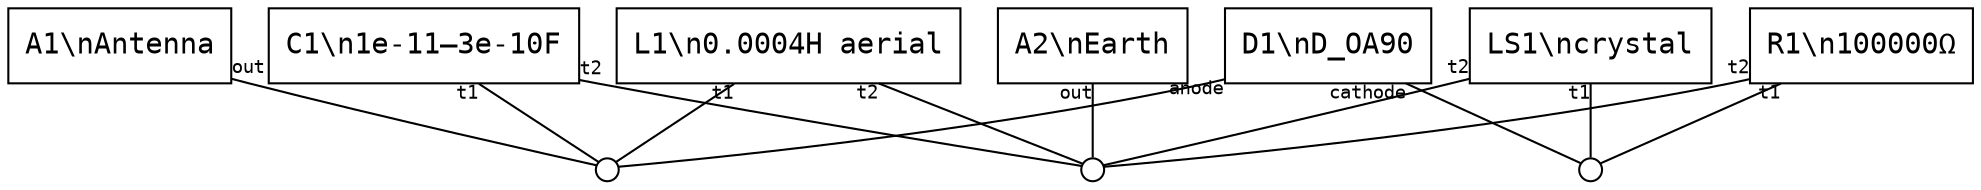
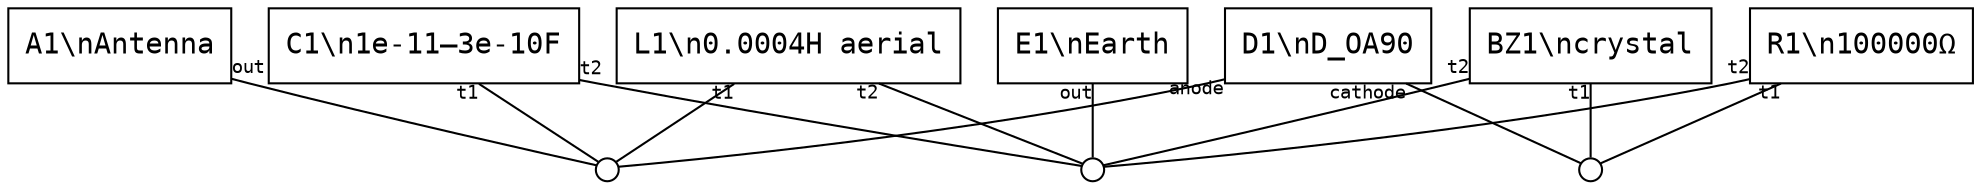
digraph "CrystalSet" {
  rankdir=TB;
  node [shape=box, fontname="monospace"];
  A1 [label="A1\\nAntenna"];
-   A2 [label="A2\\nEarth"];
+   E1 [label="E1\\nEarth"];
  L1 [label="L1\\n0.0004H aerial"];
  C1 [label="C1\\n1e-11–3e-10F"];
  D1 [label="D1\\nD_OA90"];
  R1 [label="R1\\n100000Ω"];
-   LS1 [label="LS1\\ncrystal"];
+   BZ1 [label="BZ1\\ncrystal"];
  // Nets
  node [shape=circle, label="", width=0.15, fixedsize=true];
  net_0; net_1; net_2;
  // Edges (component -- net, taillabel = port name)
  edge [arrowhead=none, fontname="monospace", fontsize=9];
  A1 -> net_2 [taillabel="out"];
-   A2 -> net_1 [taillabel="out"];
+   BZ1 -> net_0 [taillabel="t1"];
+   BZ1 -> net_1 [taillabel="t2"];
  C1 -> net_2 [taillabel="t1"];
  C1 -> net_1 [taillabel="t2"];
  D1 -> net_2 [taillabel="anode"];
  D1 -> net_0 [taillabel="cathode"];
+   E1 -> net_1 [taillabel="out"];
  L1 -> net_2 [taillabel="t1"];
  L1 -> net_1 [taillabel="t2"];
-   LS1 -> net_0 [taillabel="t1"];
-   LS1 -> net_1 [taillabel="t2"];
  R1 -> net_0 [taillabel="t1"];
  R1 -> net_1 [taillabel="t2"];
}
